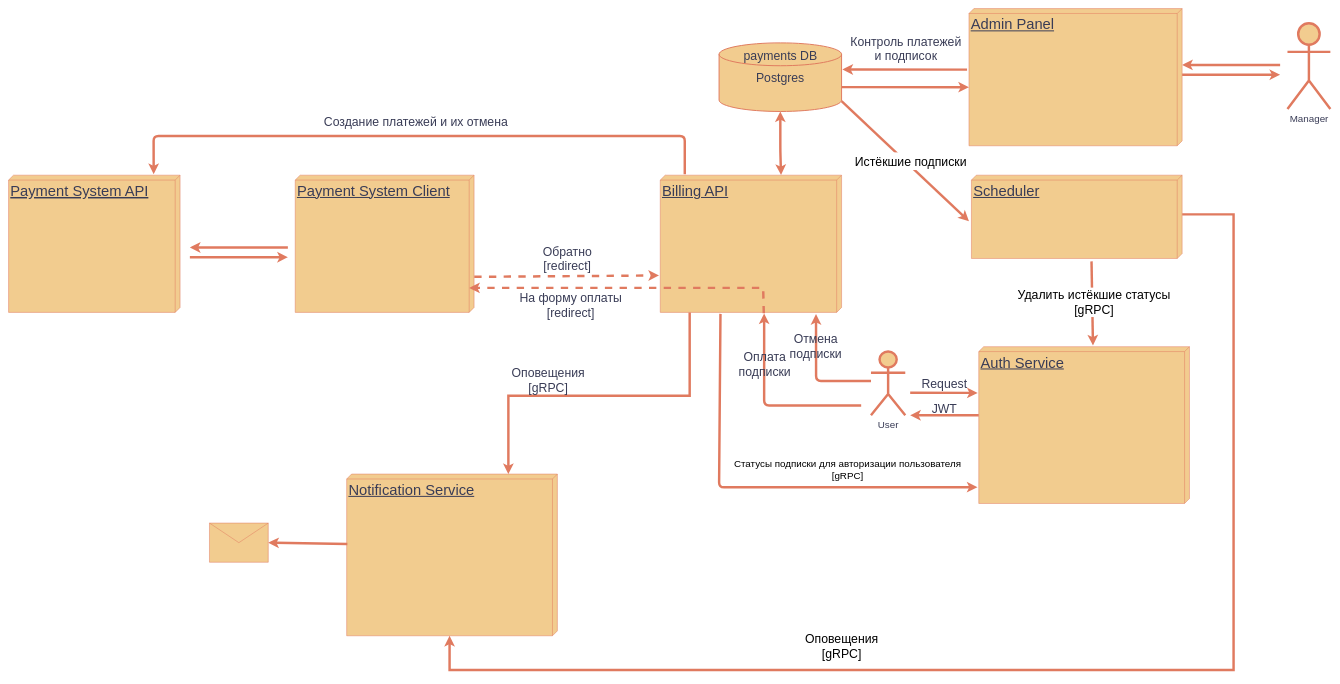
Above: documentation/Billing_Service_Schema.drawio.xml in aigt/graduate_work (draw.io), before the change. Source tidied: cells renumbered, new cells numbered last; positions are measured from the earlier drawing's top-left corner, leaving out a move shared by most shapes. Both pictures are drawn from the tidied source at 49%, with x=0, y=0 at pixel (8, 8).
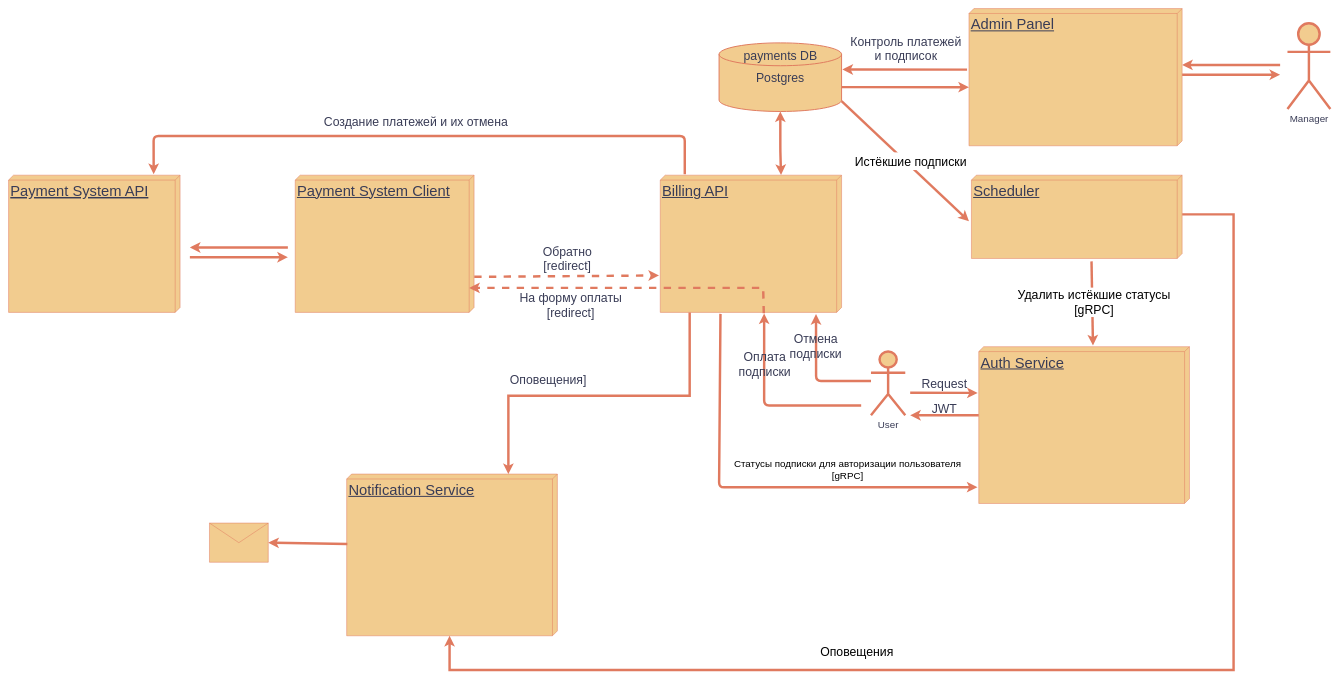
The same diagram, later.

Commit message (it also covers changes not shown here):
Исправлен протокол апи сервиса нотификации

The change refers to these unchanged cells:
```xml
<mxCell id="32" style="endArrow=classic;html=1;rounded=0;fontSize=30;labelBackgroundColor=none;strokeColor=#E07A5F;fontColor=default;strokeWidth=5;" parent="1" edge="1">
  <mxGeometry relative="1" as="geometry">
    <mxPoint x="1390" y="620" as="sourcePoint" />
    <mxPoint x="1020" y="950" as="targetPoint" />
    <Array as="points">
      <mxPoint x="1390" y="790" />
      <mxPoint x="1020" y="790" />
      <mxPoint x="1020" y="950" />
    </Array>
  </mxGeometry>
</mxCell>
<mxCell id="34" style="endArrow=classic;html=1;rounded=0;fontSize=30;entryX=0;entryY=0;entryDx=330;entryDy=220;entryPerimeter=0;labelBackgroundColor=none;strokeColor=#E07A5F;fontColor=default;strokeWidth=5;exitX=0;exitY=0;exitDx=80;exitDy=0;exitPerimeter=0;" parent="1" edge="1" source="40" target="21">
  <mxGeometry relative="1" as="geometry">
    <Array as="points">
      <mxPoint x="2500" y="420" />
      <mxPoint x="2500" y="1350" />
      <mxPoint x="900" y="1350" />
    </Array>
  </mxGeometry>
</mxCell>
```

Diff of the diagram source:
```diff
@@
-    <mxCell id="33" value="&lt;div&gt;Оповещения&lt;/div&gt;&lt;div&gt;[gRPC]&lt;br&gt;&lt;/div&gt;" style="edgeLabel;html=1;align=center;verticalAlign=middle;fontSize=25;labelBackgroundColor=none;fontColor=#393C56;" parent="32" vertex="1">
+    <mxCell id="33" value="&lt;div&gt;Оповещения]&lt;br&gt;&lt;/div&gt;" style="edgeLabel;html=1;align=center;verticalAlign=middle;fontSize=25;labelBackgroundColor=none;fontColor=#393C56;" parent="32" vertex="1">
       <mxGeometry x="0.68" y="4" relative="1" as="geometry">
         <mxPoint x="76" y="-82" as="offset" />
       </mxGeometry>
     </mxCell>
@@
-    <mxCell id="35" value="&lt;div&gt;Оповещения&lt;/div&gt;&lt;div&gt;[gRPC]&lt;br&gt;&lt;/div&gt;" style="edgeLabel;html=1;align=center;verticalAlign=middle;fontSize=25;" parent="34" vertex="1">
+    <mxCell id="35" value="&lt;div&gt;Оповещения&lt;/div&gt;" style="edgeLabel;html=1;align=center;verticalAlign=middle;fontSize=25;" parent="34" vertex="1">
       <mxGeometry x="0.52" y="-5" relative="1" as="geometry">
-        <mxPoint x="220" y="-45" as="offset" />
+        <mxPoint x="251" y="-35" as="offset" />
       </mxGeometry>
     </mxCell>
```
